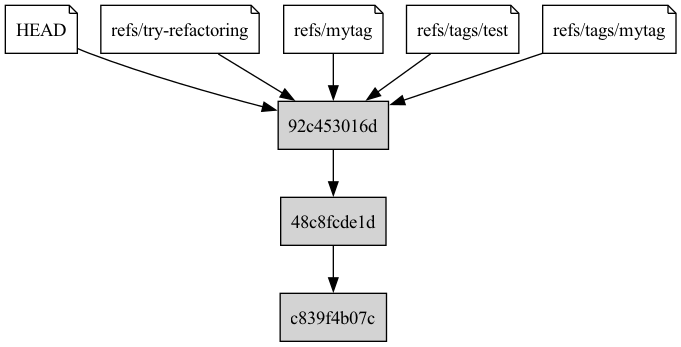
Above: graph.png in cainephung/UGit_Project (Graphviz), before the change. Its source is kept beside it as graph.dot.
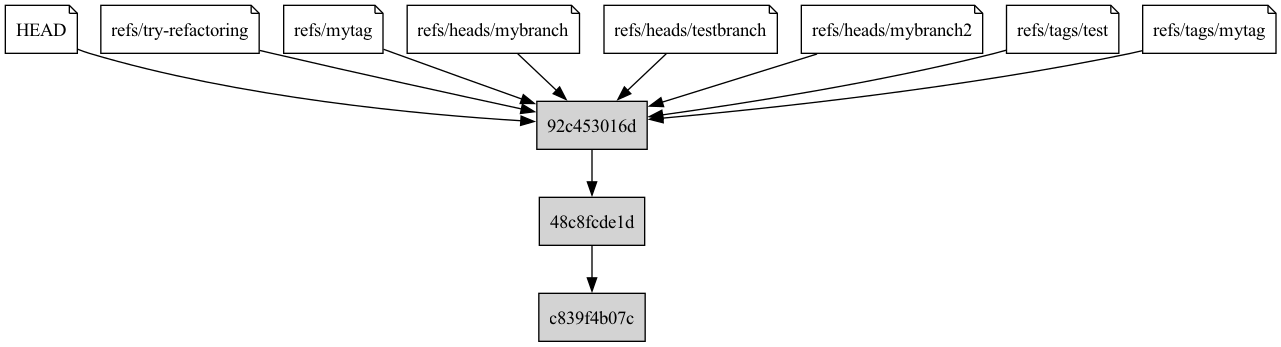
Later version of the same file.

Commit message:
RefValue container for symbolic refs

What changed in the source:
```diff
@@ -5,6 +5,12 @@
 "refs/try-refactoring" -> "92c453016d2a2d89fd52fba86b07c6deb17f0e95"
 "refs/mytag" [shape=note]
 "refs/mytag" -> "92c453016d2a2d89fd52fba86b07c6deb17f0e95"
+"refs/heads/mybranch" [shape=note]
+"refs/heads/mybranch" -> "92c453016d2a2d89fd52fba86b07c6deb17f0e95"
+"refs/heads/testbranch" [shape=note]
+"refs/heads/testbranch" -> "92c453016d2a2d89fd52fba86b07c6deb17f0e95"
+"refs/heads/mybranch2" [shape=note]
+"refs/heads/mybranch2" -> "92c453016d2a2d89fd52fba86b07c6deb17f0e95"
 "refs/tags/test" [shape=note]
 "refs/tags/test" -> "92c453016d2a2d89fd52fba86b07c6deb17f0e95"
 "refs/tags/mytag" [shape=note]
```
